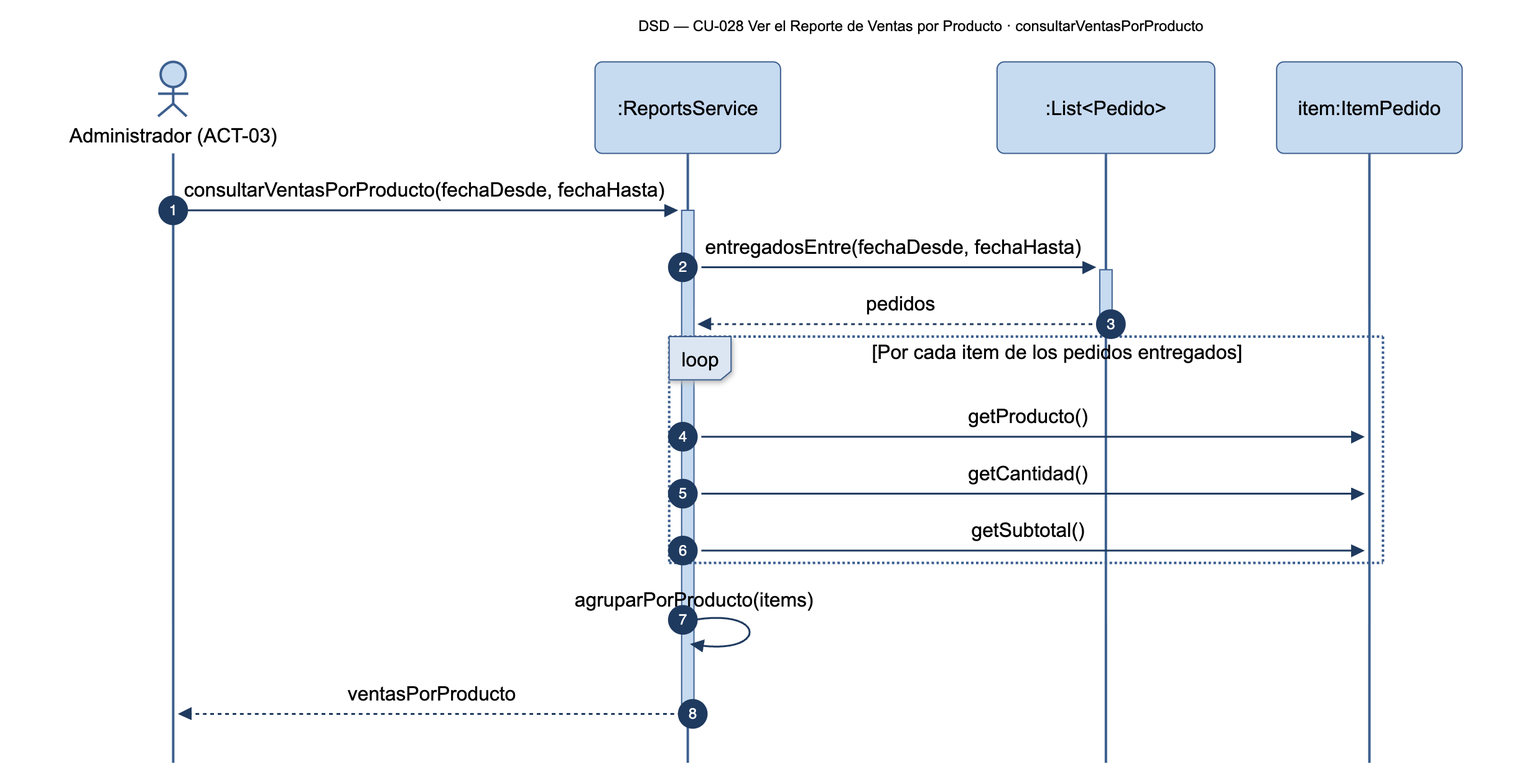
Earlier version of the Mermaid export diagramas/png/DSD_CU-028_consultarVentasPorProducto.png (Nahuelito-Dev/splg-docs). Its source is kept beside it as diagramas/DSD_CU-028_consultarVentasPorProducto.mmd. Source of this version:
```mermaid
sequenceDiagram
    title DSD — CU-028 Ver el Reporte de Ventas por Producto · consultarVentasPorProducto
    autonumber
    actor ADM as Administrador (ACT-03)
    participant SRV as :ReportsService
    participant COL as :List#lt;Pedido#gt;
    participant ITM as item:ItemPedido

    ADM->>+SRV: consultarVentasPorProducto(fechaDesde, fechaHasta)
    SRV->>+COL: entregadosEntre(fechaDesde, fechaHasta)
    COL-->>-SRV: pedidos
    loop Por cada item de los pedidos entregados
        SRV->>ITM: getProducto()
        SRV->>ITM: getCantidad()
        SRV->>ITM: getSubtotal()
    end
    SRV->>SRV: agruparPorProducto(items)
    SRV-->>-ADM: ventasPorProducto
```
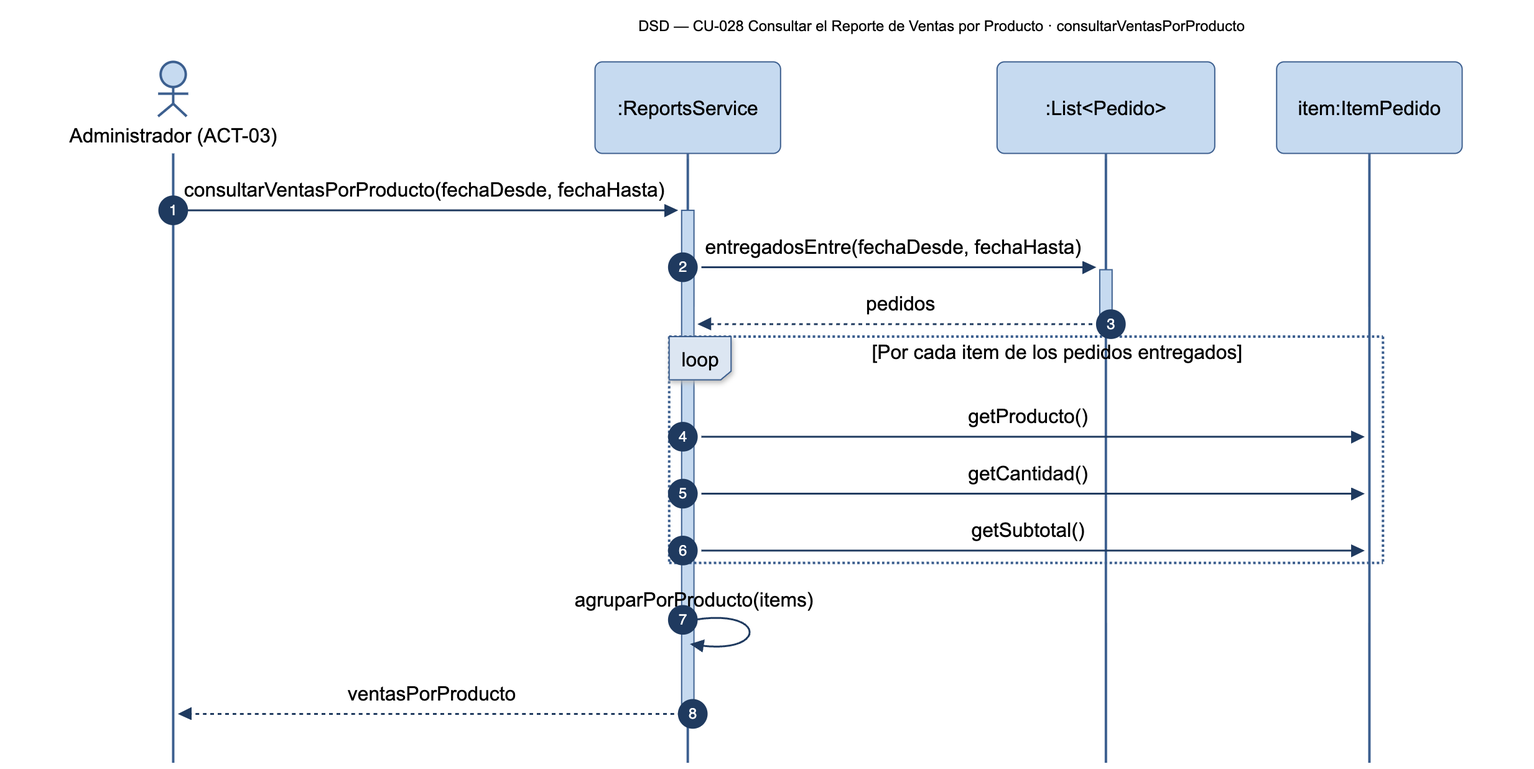
Above is the later version.

The edit, as a diff of the source:
```diff
@@ -1,5 +1,5 @@
 sequenceDiagram
-    title DSD — CU-028 Ver el Reporte de Ventas por Producto · consultarVentasPorProducto
+    title DSD — CU-028 Consultar el Reporte de Ventas por Producto · consultarVentasPorProducto
     autonumber
     actor ADM as Administrador (ACT-03)
     participant SRV as :ReportsService
```
